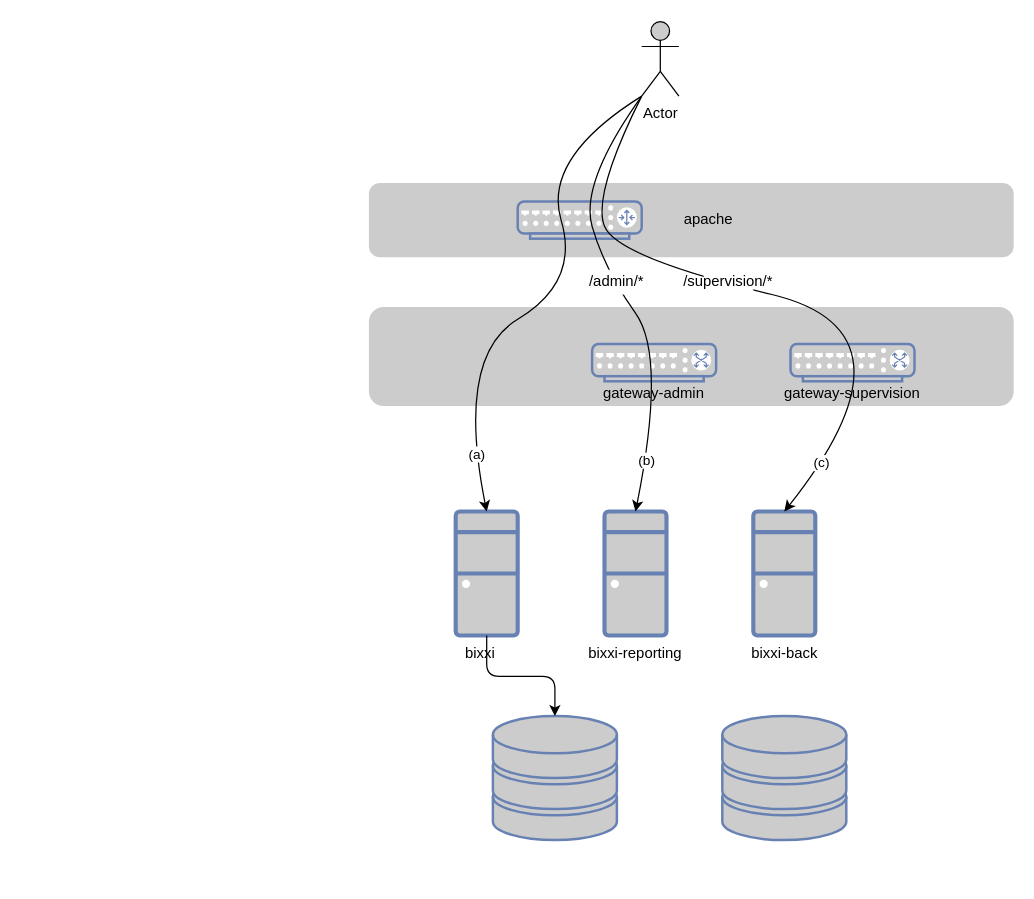
Before: arch-apps.drawio in Arnauld/schema, a draw.io diagram. Source tidied: cells renumbered, new cells numbered last; positions are measured from the earlier drawing's top-left corner, leaving out a move shared by most shapes. Both pictures are drawn from the tidied source at 124%, with x=0, y=0 at pixel (368, 21).
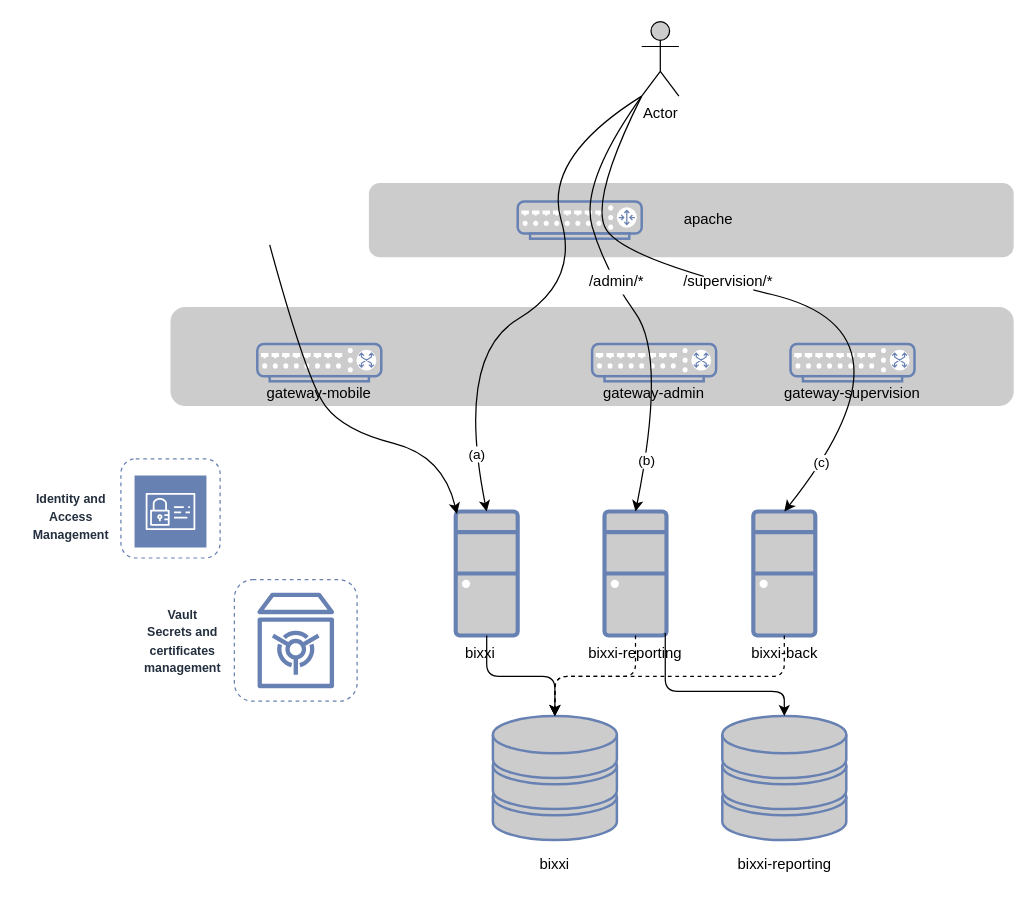
Above is the later version.

The change refers to these unchanged cells:
```xml
<mxCell id="4" style="fontColor=#0066CC;verticalAlign=top;verticalLabelPosition=bottom;labelPosition=center;align=center;html=1;outlineConnect=0;fillColor=#CCCCCC;strokeColor=#6881B3;gradientColor=none;gradientDirection=north;strokeWidth=2;shape=mxgraph.networks.storage;" parent="1" vertex="1">
  <mxGeometry x="100" y="560" width="100" height="100" as="geometry" />
</mxCell>
<mxCell id="5" style="fontColor=#0066CC;verticalAlign=top;verticalLabelPosition=bottom;labelPosition=center;align=center;html=1;outlineConnect=0;fillColor=#CCCCCC;strokeColor=#6881B3;gradientColor=none;gradientDirection=north;strokeWidth=2;shape=mxgraph.networks.storage;" parent="1" vertex="1">
  <mxGeometry x="285" y="560" width="100" height="100" as="geometry" />
</mxCell>
<mxCell id="7" style="fontColor=#0066CC;verticalAlign=top;verticalLabelPosition=bottom;labelPosition=center;align=center;html=1;outlineConnect=0;fillColor=#CCCCCC;strokeColor=#6881B3;gradientColor=none;gradientDirection=north;strokeWidth=2;shape=mxgraph.networks.desktop_pc;" parent="1" vertex="1">
  <mxGeometry x="70" y="395" width="50" height="100" as="geometry" />
</mxCell>
<mxCell id="8" style="fontColor=#0066CC;verticalAlign=top;verticalLabelPosition=bottom;labelPosition=center;align=center;html=1;outlineConnect=0;fillColor=#CCCCCC;strokeColor=#6881B3;gradientColor=none;gradientDirection=north;strokeWidth=2;shape=mxgraph.networks.desktop_pc;" parent="1" vertex="1">
  <mxGeometry x="190" y="395" width="50" height="100" as="geometry" />
</mxCell>
<mxCell id="9" style="fontColor=#0066CC;verticalAlign=top;verticalLabelPosition=bottom;labelPosition=center;align=center;html=1;outlineConnect=0;fillColor=#CCCCCC;strokeColor=#6881B3;gradientColor=none;gradientDirection=north;strokeWidth=2;shape=mxgraph.networks.desktop_pc;" parent="1" vertex="1">
  <mxGeometry x="310" y="395" width="50" height="100" as="geometry" />
</mxCell>
```

Diff of the diagram source:
```diff
@@
     <mxCell id="2" style="rounded=1;whiteSpace=wrap;html=1;fillColor=#CCCCCC;strokeColor=none;" parent="1" vertex="1">
-      <mxGeometry y="230" width="520" height="80" as="geometry" />
+      <mxGeometry x="-160" y="230" width="680" height="80" as="geometry" />
     </mxCell>
@@
+    <mxCell id="28" style="fontColor=#0066CC;verticalAlign=top;verticalLabelPosition=bottom;labelPosition=center;align=center;html=1;fillColor=#CCCCCC;strokeColor=#6881B3;gradientColor=none;gradientDirection=north;strokeWidth=2;shape=mxgraph.networks.switch;" parent="1" vertex="1">
+      <mxGeometry x="-90" y="260" width="100" height="30" as="geometry" />
+    </mxCell>
+    <mxCell id="29" value="gateway-mobile" style="text;html=1;strokeColor=none;fillColor=none;align=center;verticalAlign=middle;whiteSpace=wrap;rounded=0;" parent="1" vertex="1">
+      <mxGeometry x="-100" y="290" width="120" height="20" as="geometry" />
+    </mxCell>
+    <mxCell id="30" style="curved=1;endArrow=classic;html=1;entryX=0.02;entryY=0.02;entryDx=0;entryDy=0;entryPerimeter=0;" parent="1" edge="1" target="7">
+      <mxGeometry relative="1" as="geometry">
+        <mxPoint x="-80" y="180" as="sourcePoint" />
+        <Array as="points">
+          <mxPoint x="-50" y="290" />
+          <mxPoint x="-20" y="330" />
+          <mxPoint x="60" y="350" />
+        </Array>
+      </mxGeometry>
+    </mxCell>
+    <mxCell id="31" style="edgeStyle=elbowEdgeStyle;elbow=vertical;endArrow=classic;html=1;dashed=1;" parent="1" edge="1" source="8" target="4">
+      <mxGeometry relative="1" as="geometry" />
+    </mxCell>
+    <mxCell id="32" style="edgeStyle=elbowEdgeStyle;elbow=vertical;endArrow=classic;html=1;exitX=0.98;exitY=0.98;exitDx=0;exitDy=0;exitPerimeter=0;entryX=0.5;entryY=0;entryDx=0;entryDy=0;entryPerimeter=0;" parent="1" edge="1" source="8" target="5">
+      <mxGeometry relative="1" as="geometry">
+        <Array as="points">
+          <mxPoint x="290" y="540" />
+        </Array>
+      </mxGeometry>
+    </mxCell>
+    <mxCell id="33" style="edgeStyle=elbowEdgeStyle;elbow=vertical;endArrow=classic;html=1;dashed=1;exitX=0.5;exitY=1;exitDx=0;exitDy=0;exitPerimeter=0;entryX=0.5;entryY=0;entryDx=0;entryDy=0;entryPerimeter=0;" parent="1" edge="1" source="9" target="4">
+      <mxGeometry relative="1" as="geometry" />
+    </mxCell>
+    <mxCell id="34" value="bixxi" style="text;html=1;strokeColor=none;fillColor=none;align=center;verticalAlign=middle;whiteSpace=wrap;rounded=0;" parent="1" vertex="1">
+      <mxGeometry x="130" y="670" width="40" height="20" as="geometry" />
+    </mxCell>
+    <mxCell id="35" value="bixxi-reporting" style="text;html=1;strokeColor=none;fillColor=none;align=center;verticalAlign=middle;whiteSpace=wrap;rounded=0;" parent="1" vertex="1">
+      <mxGeometry x="282.5" y="670" width="105" height="20" as="geometry" />
+    </mxCell>
+    <mxCell id="36" style="fontColor=#333333;fillColor=#6881B3;strokeColor=#6881B3;dashed=0;verticalLabelPosition=bottom;verticalAlign=top;align=center;html=1;fontSize=12;fontStyle=0;shape=mxgraph.aws4.vault;" parent="1" vertex="1">
+      <mxGeometry x="-90" y="460" width="62" height="78" as="geometry" />
+    </mxCell>
+    <mxCell id="37" style="fontColor=#232F3E;gradientColor=none;strokeColor=#ffffff;fillColor=#6881B3;dashed=0;verticalLabelPosition=middle;verticalAlign=bottom;align=center;html=1;whiteSpace=wrap;fontSize=10;fontStyle=1;spacing=3;shape=mxgraph.aws4.productIcon;prIcon=mxgraph.aws4.identity_and_access_management;" parent="1" vertex="1">
+      <mxGeometry x="-190" y="365" width="60" height="55" as="geometry" />
+    </mxCell>
+    <mxCell id="38" value="&lt;span style=&quot;color: rgb(35 , 47 , 62) ; font-size: 10px ; font-weight: 700&quot;&gt;Identity and Access Management&lt;/span&gt;" style="text;html=1;strokeColor=none;fillColor=none;align=center;verticalAlign=middle;whiteSpace=wrap;rounded=0;" parent="1" vertex="1">
+      <mxGeometry x="-280" y="377.5" width="80" height="42.5" as="geometry" />
+    </mxCell>
+    <mxCell id="39" value="&lt;span style=&quot;color: rgb(35 , 47 , 62) ; font-size: 10px ; font-weight: 700&quot;&gt;Vault&lt;br&gt;Secrets and certificates management&lt;br&gt;&lt;/span&gt;" style="text;html=1;strokeColor=none;fillColor=none;align=center;verticalAlign=middle;whiteSpace=wrap;rounded=0;" parent="1" vertex="1">
+      <mxGeometry x="-190" y="477.8" width="80" height="42.5" as="geometry" />
+    </mxCell>
+    <mxCell id="40" style="rounded=1;whiteSpace=wrap;html=1;strokeColor=#6881B3;fillColor=none;dashed=1;" parent="1" vertex="1">
+      <mxGeometry x="-200" y="352.5" width="80" height="80" as="geometry" />
+    </mxCell>
+    <mxCell id="41" style="rounded=1;whiteSpace=wrap;html=1;strokeColor=#6881B3;fillColor=none;dashed=1;" parent="1" vertex="1">
+      <mxGeometry x="-108.5" y="450" width="99" height="98" as="geometry" />
+    </mxCell>
```
